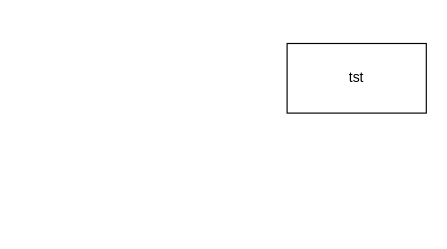
This is Untitled Diagram.drawio from JanFase/0_vs_1_meting, a draw.io file, before an edit. Source tidied: cells renumbered, new cells numbered last; positions are measured from the earlier drawing's top-left corner, leaving out a move shared by most shapes. Both pictures are drawn from the tidied source at 116%, with x=0, y=0 at pixel (287, 43).
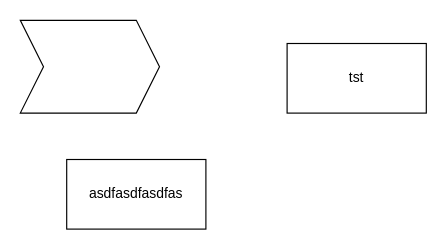
The same diagram, later.

Diff of the diagram source:
```diff
@@
 <mxGraphModel>
   <root>
     <mxCell id="0" />
     <mxCell id="1" parent="0" />
     <mxCell id="2" value="tst" style="rounded=0;whiteSpace=wrap;html=1;" parent="1" vertex="1">
       <mxGeometry width="120" height="60" as="geometry" />
     </mxCell>
+    <mxCell id="3" style="shape=step;perimeter=stepPerimeter;whiteSpace=wrap;html=1;fixedSize=1;" parent="1" vertex="1">
+      <mxGeometry x="-230" y="-20" width="120" height="80" as="geometry" />
+    </mxCell>
+    <mxCell id="4" value="asdfasdfasdfas" style="rounded=0;whiteSpace=wrap;html=1;" parent="1" vertex="1">
+      <mxGeometry x="-190" y="100" width="120" height="60" as="geometry" />
+    </mxCell>
   </root>
 </mxGraphModel>
```
